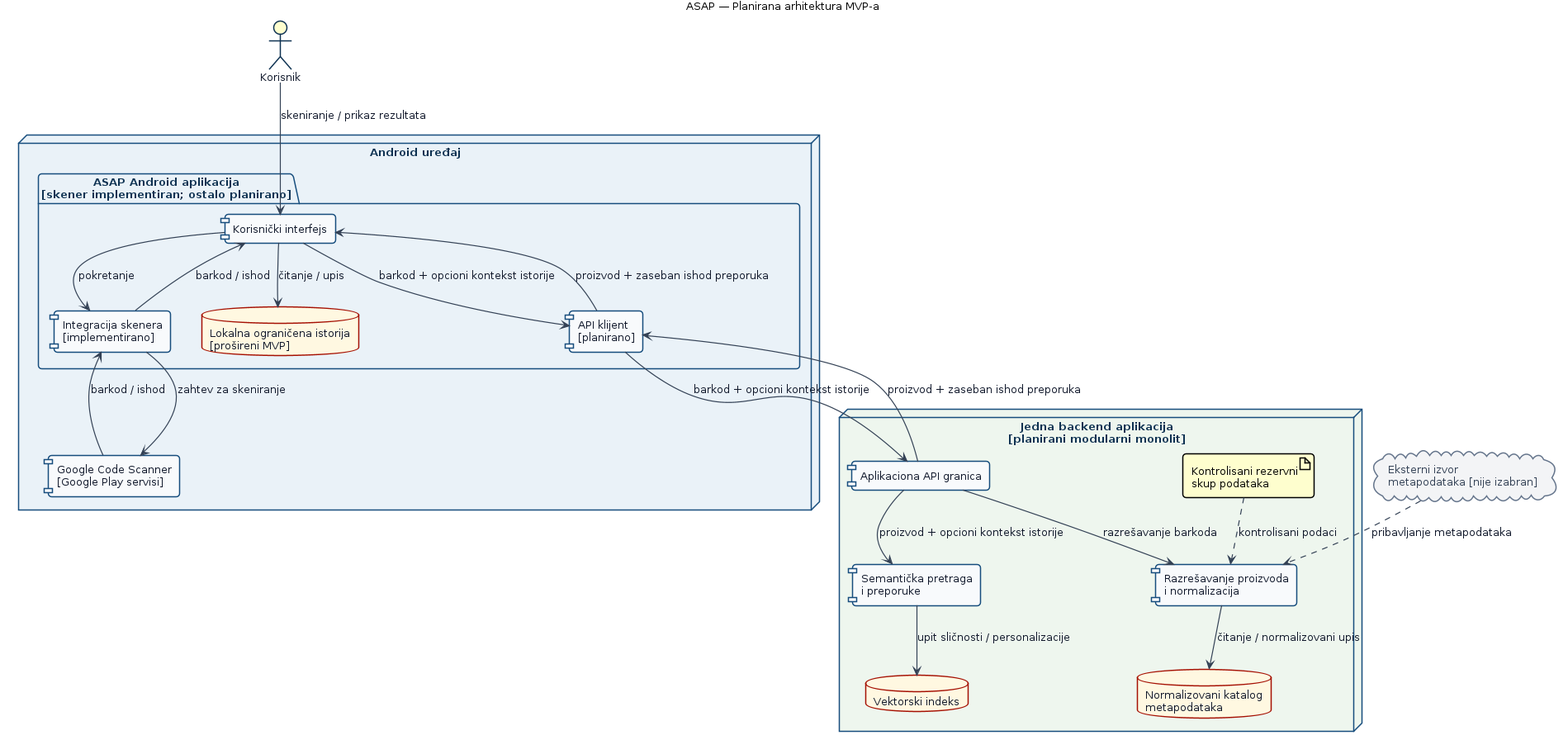
mikelandjelos/asap-app keeps this PlantUML diagram as docs/diagrams/rendered/sr/presentation/component-architecture.png. Above is the earlier version. Its source is kept beside it as docs/diagrams/component-architecture.puml.
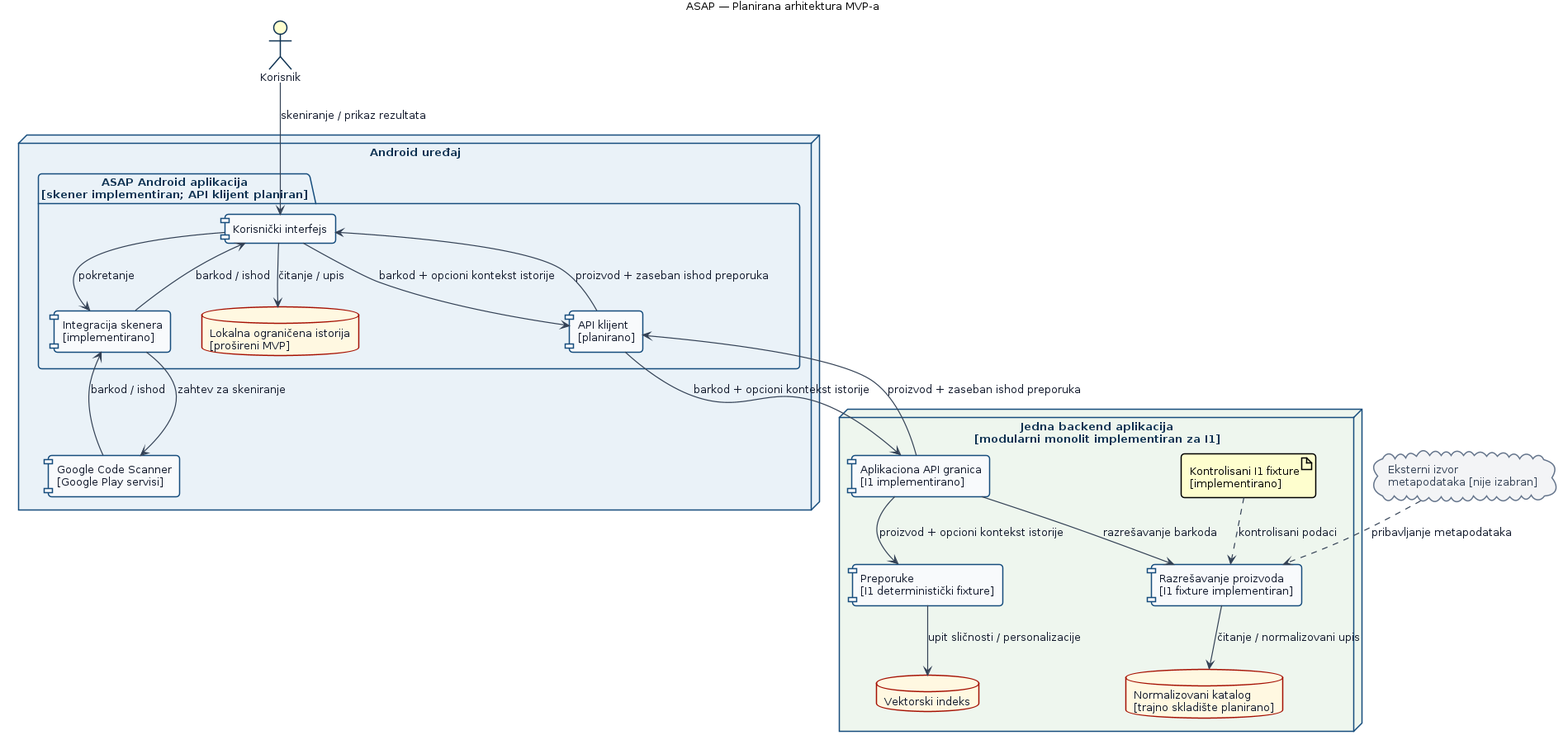
The same diagram one commit later.

The edit, as a diff of the source:
```diff
@@ -5,19 +5,19 @@
   !define DIAGRAM_TITLE ASAP — Planirana arhitektura MVP-a
   !define USER_LABEL Korisnik
   !define DEVICE_LABEL Android uređaj
-  !define APP_LABEL ASAP Android aplikacija\n[skener implementiran; ostalo planirano]
+  !define APP_LABEL ASAP Android aplikacija\n[skener implementiran; API klijent planiran]
   !define UI_LABEL Korisnički interfejs
   !define SCAN_ADAPTER_LABEL Integracija skenera\n[implementirano]
   !define API_CLIENT_LABEL API klijent\n[planirano]
   !define HISTORY_LABEL Lokalna ograničena istorija\n[prošireni MVP]
   !define GCS_LABEL Google Code Scanner\n[Google Play servisi]
-  !define BACKEND_LABEL Jedna backend aplikacija\n[planirani modularni monolit]
-  !define API_LABEL Aplikaciona API granica
-  !define RESOLVER_LABEL Razrešavanje proizvoda\ni normalizacija
-  !define RECOMMENDER_LABEL Semantička pretraga\ni preporuke
-  !define PRODUCTS_LABEL Normalizovani katalog\nmetapodataka
+  !define BACKEND_LABEL Jedna backend aplikacija\n[modularni monolit implementiran za I1]
+  !define API_LABEL Aplikaciona API granica\n[I1 implementirano]
+  !define RESOLVER_LABEL Razrešavanje proizvoda\n[I1 fixture implementiran]
+  !define RECOMMENDER_LABEL Preporuke\n[I1 deterministički fixture]
+  !define PRODUCTS_LABEL Normalizovani katalog\n[trajno skladište planirano]
   !define VECTORS_LABEL Vektorski indeks
-  !define FALLBACK_LABEL Kontrolisani rezervni\nskup podataka
+  !define FALLBACK_LABEL Kontrolisani I1 fixture\n[implementirano]
   !define EXTERNAL_LABEL Eksterni izvor\nmetapodataka [nije izabran]
   !define FLOW_USER skeniranje / prikaz rezultata
   !define FLOW_LAUNCH pokretanje
@@ -34,24 +34,24 @@
   !define FLOW_RESPONSE proizvod + zaseban ishod preporuka
   !define LEGEND_1 Puna strelica: planirani tok tokom rada
   !define LEGEND_2 Isprekidana strelica: rezervni ili eksterni tok
-  !define LEGEND_3 Granice prikazuju planirano postavljanje; samo integracija skenera je implementirana.
+  !define LEGEND_3 Skener i deterministički backend I1 su implementirani; API klijent i AI tokovi su planirani.
 !else
   !define DIAGRAM_TITLE ASAP — Proposed MVP architecture
   !define USER_LABEL User
   !define DEVICE_LABEL Android device
-  !define APP_LABEL ASAP Android app\n[scanner implemented; rest planned]
+  !define APP_LABEL ASAP Android app\n[scanner implemented; API client planned]
   !define UI_LABEL User interface
   !define SCAN_ADAPTER_LABEL Scanner integration\n[implemented]
   !define API_CLIENT_LABEL API client\n[planned]
   !define HISTORY_LABEL Local bounded history\n[extended MVP]
   !define GCS_LABEL Google Code Scanner\n[Google Play services]
-  !define BACKEND_LABEL Single backend application\n[planned modular monolith]
-  !define API_LABEL Application API boundary
-  !define RESOLVER_LABEL Product resolution\nand normalization
-  !define RECOMMENDER_LABEL Semantic search\nand recommendation
-  !define PRODUCTS_LABEL Normalized product\nmetadata catalog
+  !define BACKEND_LABEL Single backend application\n[modular monolith implemented for I1]
+  !define API_LABEL Application API boundary\n[I1 implemented]
+  !define RESOLVER_LABEL Product resolution\n[I1 fixture implemented]
+  !define RECOMMENDER_LABEL Recommendation\n[I1 deterministic fixture]
+  !define PRODUCTS_LABEL Normalized catalog\n[durable store planned]
   !define VECTORS_LABEL Vector index
-  !define FALLBACK_LABEL Controlled fallback\ndataset
+  !define FALLBACK_LABEL Controlled I1 fixture\n[implemented]
   !define EXTERNAL_LABEL External product\nmetadata source [TBD]
   !define FLOW_USER scan / view results
   !define FLOW_LAUNCH launch
@@ -68,7 +68,7 @@
   !define FLOW_RESPONSE product + separate recommendation outcome
   !define LEGEND_1 Solid arrow: planned runtime information flow
   !define LEGEND_2 Dashed arrow: fallback or external flow
-  !define LEGEND_3 Boundaries show planned deployment; only scanner integration is implemented.
+  !define LEGEND_3 Scanner and deterministic backend I1 are implemented; API client and AI flows are planned.
 !endif
 
 title DIAGRAM_TITLE
```
